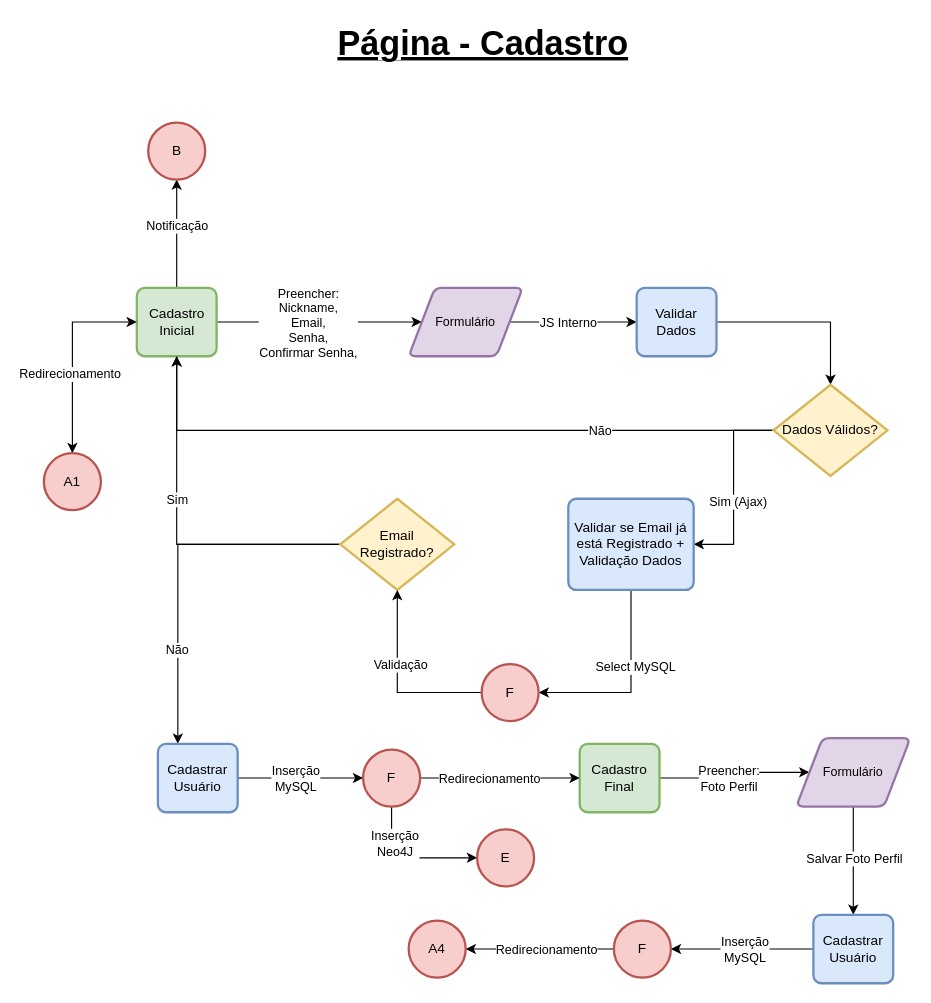
Earlier version of the draw.io diagram page "Flow - Cadastro Usuário" (4 of 16) of APS.drawio (CSFelix/UML). Source tidied: cells renumbered, new cells numbered last; positions are measured from the earlier drawing's top-left corner, leaving out a move shared by most shapes. Both pictures are drawn from the tidied source at 114%, with x=0, y=0 at pixel (43, 19).
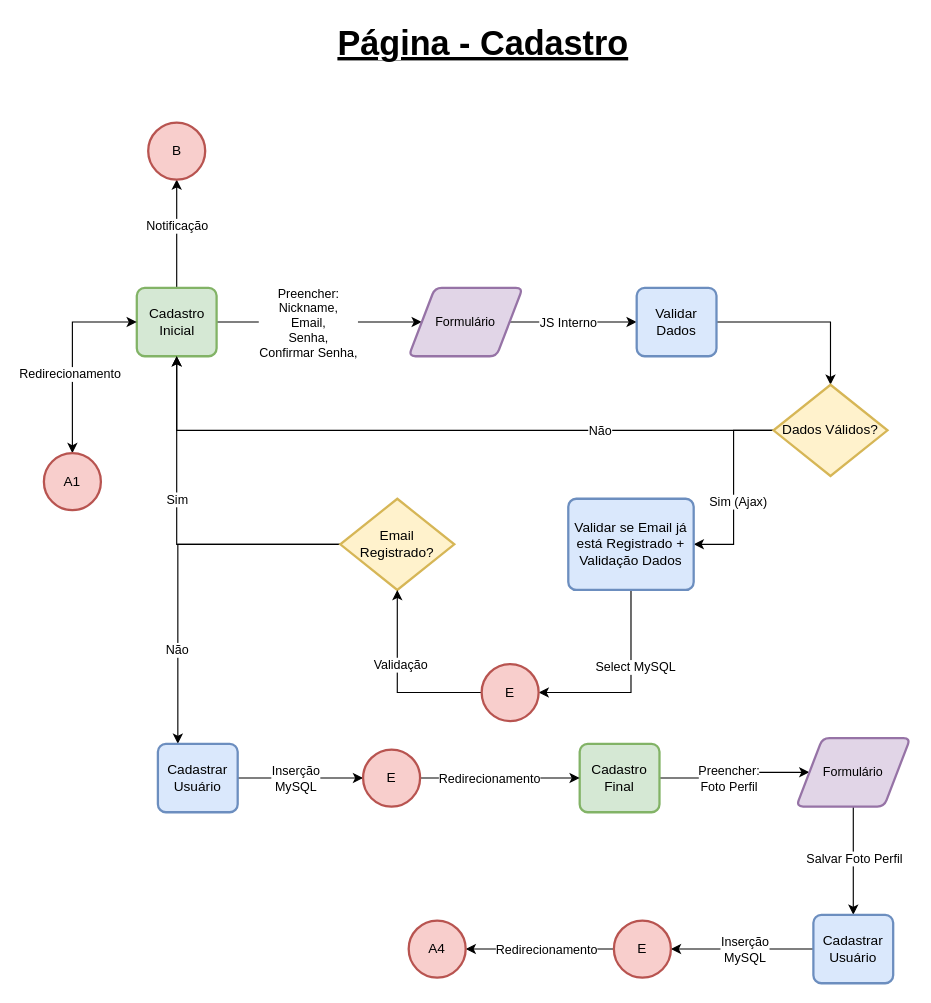
After the change.

Diff of the diagram source:
```diff
@@
-    <mxCell id="38" style="edgeStyle=orthogonalEdgeStyle;rounded=0;jettySize=auto;html=1;entryX=0;entryY=0.5;entryDx=0;entryDy=0;entryPerimeter=0;startArrow=none;startFill=0;endArrow=classic;endFill=1;exitX=0.5;exitY=1;exitDx=0;exitDy=0;exitPerimeter=0;" parent="1" edge="1" source="40" target="54">
-      <mxGeometry relative="1" as="geometry" />
-    </mxCell>
-    <mxCell id="39" value="Inserção&lt;br&gt;Neo4J" style="edgeLabel;html=1;align=center;verticalAlign=middle;" parent="38" vertex="1">
-      <mxGeometry x="-0.46" y="2" relative="1" as="geometry" />
-    </mxCell>
-    <mxCell id="40" value="F" style="strokeWidth=2;html=1;shape=mxgraph.flowchart.start_2;whiteSpace=wrap;fillColor=#f8cecc;strokeColor=#b85450;" parent="1" vertex="1">
+    <mxCell id="40" value="E" style="strokeWidth=2;html=1;shape=mxgraph.flowchart.start_2;whiteSpace=wrap;fillColor=#f8cecc;strokeColor=#b85450;" parent="1" vertex="1">
       <mxGeometry x="280" y="640" width="50" height="50" as="geometry" />
     </mxCell>
@@
-    <mxCell id="49" value="F" style="strokeWidth=2;html=1;shape=mxgraph.flowchart.start_2;whiteSpace=wrap;fillColor=#f8cecc;strokeColor=#b85450;" parent="1" vertex="1">
+    <mxCell id="49" value="E" style="strokeWidth=2;html=1;shape=mxgraph.flowchart.start_2;whiteSpace=wrap;fillColor=#f8cecc;strokeColor=#b85450;" parent="1" vertex="1">
       <mxGeometry x="500" y="790" width="50" height="50" as="geometry" />
     </mxCell>
@@
-    <mxCell id="53" value="F" style="strokeWidth=2;html=1;shape=mxgraph.flowchart.start_2;whiteSpace=wrap;fillColor=#f8cecc;strokeColor=#b85450;" parent="1" vertex="1">
+    <mxCell id="53" value="E" style="strokeWidth=2;html=1;shape=mxgraph.flowchart.start_2;whiteSpace=wrap;fillColor=#f8cecc;strokeColor=#b85450;" parent="1" vertex="1">
       <mxGeometry x="384" y="565" width="50" height="50" as="geometry" />
     </mxCell>
-    <mxCell id="54" value="E" style="strokeWidth=2;html=1;shape=mxgraph.flowchart.start_2;whiteSpace=wrap;fillColor=#f8cecc;strokeColor=#b85450;" parent="1" vertex="1">
-      <mxGeometry x="380" y="710" width="50" height="50" as="geometry" />
-    </mxCell>
```
